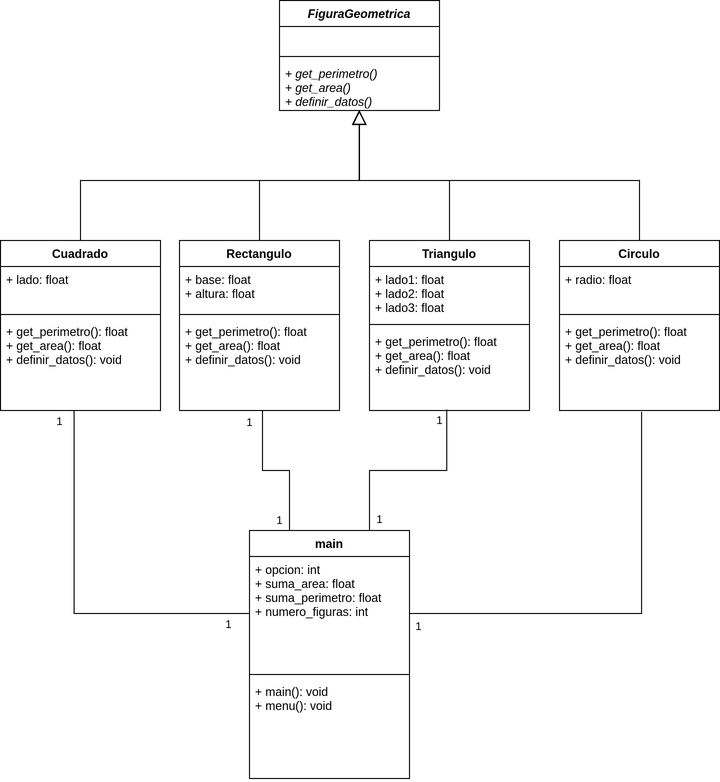
This is uml/DiagraDeClasesFigurasGeometricas.png from jonnathanchocon/IPC2Ensayo3FigurasGeometricas, a draw.io export, as it was before one commit. Source tidied: cells renumbered, new cells last; positions are measured from the earlier drawing's top-left corner, leaving out a move shared by most shapes.
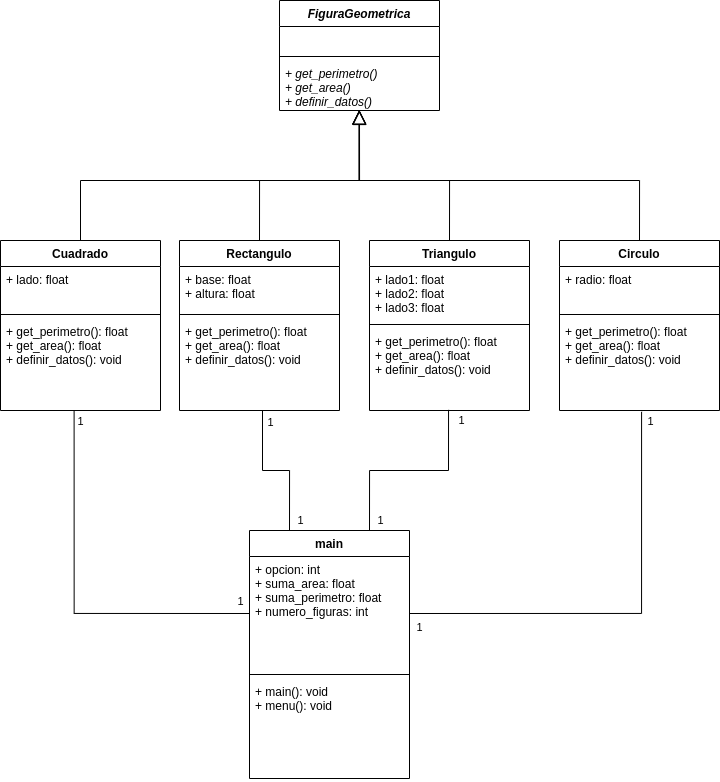
Above is the later version.

Commit message:
Se modifico el diagrama de clases

The edit, as a diff of the source:
```diff
@@ -81,12 +81,12 @@
     </mxCell>
     <mxCell id="27" value="1" style="edgeLabel;html=1;align=center;verticalAlign=middle;" parent="26" vertex="1">
       <mxGeometry x="0.95" y="-1" relative="1" as="geometry">
-        <mxPoint x="-15.6" as="offset" />
+        <mxPoint x="4.4" as="offset" />
       </mxGeometry>
     </mxCell>
     <mxCell id="28" value="1" style="edgeLabel;html=1;align=center;verticalAlign=middle;" parent="26" vertex="1">
       <mxGeometry x="-0.89" y="-1" relative="1" as="geometry">
-        <mxPoint y="12" as="offset" />
+        <mxPoint x="11.3" y="-12" as="offset" />
       </mxGeometry>
     </mxCell>
     <mxCell id="29" style="edgeStyle=orthogonalEdgeStyle;rounded=0;jettySize=auto;html=1;endArrow=none;endFill=0;exitX=0.25;exitY=0;exitDx=0;exitDy=0;" parent="1" edge="1" source="32" target="14">
@@ -99,12 +99,12 @@
     </mxCell>
     <mxCell id="30" value="1" style="edgeLabel;html=1;align=center;verticalAlign=middle;" parent="29" vertex="1">
       <mxGeometry x="0.84" y="1" relative="1" as="geometry">
-        <mxPoint x="-12" as="offset" />
+        <mxPoint x="8" as="offset" />
       </mxGeometry>
     </mxCell>
     <mxCell id="31" value="1" style="edgeLabel;html=1;align=center;verticalAlign=middle;" parent="29" vertex="1">
       <mxGeometry x="-0.8" y="2" relative="1" as="geometry">
-        <mxPoint x="-8" y="4.9" as="offset" />
+        <mxPoint x="12" y="4.9" as="offset" />
       </mxGeometry>
     </mxCell>
     <mxCell id="32" value="main" style="swimlane;fontStyle=1;align=center;verticalAlign=top;horizontal=1;startSize=26;" parent="1" vertex="1">
@@ -119,12 +119,12 @@
     <mxCell id="35" value="+ main(): void&#10;+ menu(): void" style="text;strokeColor=none;fillColor=none;align=left;verticalAlign=top;spacingLeft=4;spacingRight=4;overflow=hidden;" parent="32" vertex="1">
       <mxGeometry y="148" width="160" height="100" as="geometry" />
     </mxCell>
-    <mxCell id="36" style="edgeStyle=orthogonalEdgeStyle;rounded=0;jettySize=auto;html=1;entryX=0.483;entryY=0.988;entryDx=0;entryDy=0;entryPerimeter=0;endArrow=none;endFill=0;exitX=0.75;exitY=0;exitDx=0;exitDy=0;" parent="1" edge="1" source="32" target="18">
+    <mxCell id="36" style="edgeStyle=orthogonalEdgeStyle;rounded=0;jettySize=auto;html=1;endArrow=none;endFill=0;exitX=0.75;exitY=0;exitDx=0;exitDy=0;entryX=0.494;entryY=0.992;entryDx=0;entryDy=0;entryPerimeter=0;" parent="1" edge="1" source="32" target="18">
       <mxGeometry relative="1" as="geometry" />
     </mxCell>
     <mxCell id="37" value="1" style="edgeLabel;html=1;align=center;verticalAlign=middle;" parent="36" vertex="1">
       <mxGeometry x="0.9" y="1" relative="1" as="geometry">
-        <mxPoint x="-6.3" as="offset" />
+        <mxPoint x="13.7" as="offset" />
       </mxGeometry>
     </mxCell>
     <mxCell id="38" value="1" style="edgeLabel;html=1;align=center;verticalAlign=middle;" parent="36" vertex="1">
@@ -144,5 +144,10 @@
         <mxPoint x="-8" y="15" as="offset" />
       </mxGeometry>
     </mxCell>
+    <mxCell id="41" value="1" style="edgeLabel;html=1;align=center;verticalAlign=middle;" parent="39" vertex="1">
+      <mxGeometry x="0.9" relative="1" as="geometry">
+        <mxPoint x="7.9" y="-13.1" as="offset" />
+      </mxGeometry>
+    </mxCell>
   </root>
 </mxGraphModel>
```
